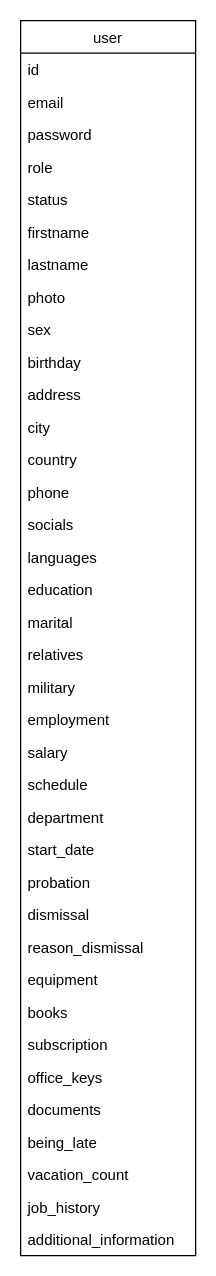
Earlier version of the draw.io diagram Untitled Diagram.drawio (oleguslee/oleguslee). Source tidied: cells renumbered, new cells numbered last; positions are measured from the earlier drawing's top-left corner, leaving out a move shared by most shapes. Both pictures are drawn from the tidied source at 125%, with x=0, y=0 at pixel (20, 20).
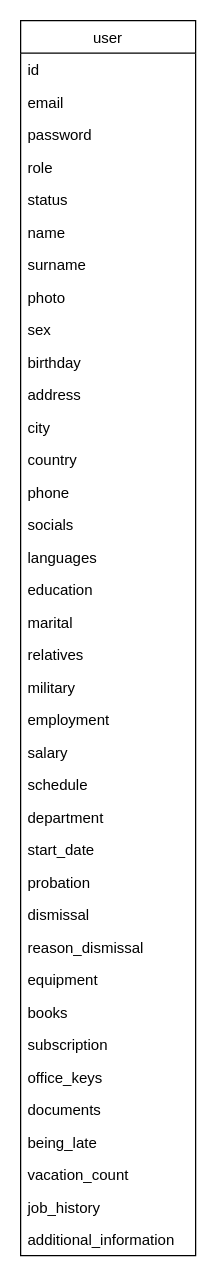
The same page after the edit.

The change refers to these unchanged cells:
```xml
<mxCell id="2" value="user" style="swimlane;fontStyle=0;horizontal=1;startSize=26;fillColor=none;" parent="1" vertex="1">
  <mxGeometry width="140" height="988" as="geometry" />
</mxCell>
```

Diff of the diagram source:
```diff
@@
-    <mxCell id="8" value="firstname" style="text;strokeColor=none;fillColor=none;align=left;verticalAlign=top;spacingLeft=4;spacingRight=4;overflow=hidden;" parent="2" vertex="1">
+    <mxCell id="8" value="name" style="text;strokeColor=none;fillColor=none;align=left;verticalAlign=top;spacingLeft=4;spacingRight=4;overflow=hidden;" parent="2" vertex="1">
       <mxGeometry y="156" width="140" height="26" as="geometry" />
     </mxCell>
-    <mxCell id="9" value="lastname" style="text;strokeColor=none;fillColor=none;align=left;verticalAlign=top;spacingLeft=4;spacingRight=4;overflow=hidden;" parent="2" vertex="1">
+    <mxCell id="9" value="surname" style="text;strokeColor=none;fillColor=none;align=left;verticalAlign=top;spacingLeft=4;spacingRight=4;overflow=hidden;" parent="2" vertex="1">
       <mxGeometry y="182" width="140" height="26" as="geometry" />
     </mxCell>
```
